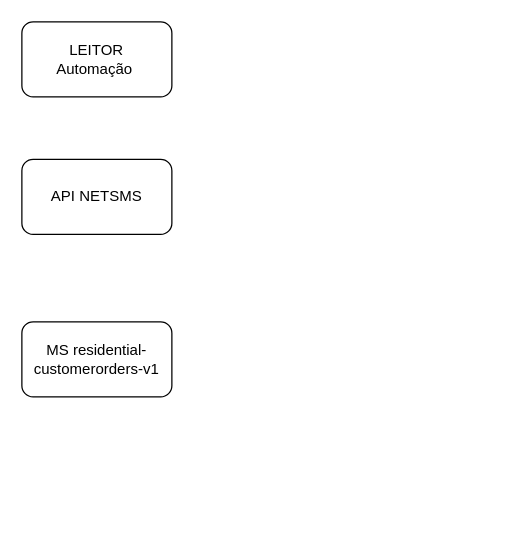
The draw.io diagram 125950 BKO Auditoria Retenção - microsserviços NetSMS.drawio in samirali/ClaroBrasil, before the edit. Source tidied: cells renumbered, new cells numbered last; positions are measured from the earlier drawing's top-left corner, leaving out a move shared by most shapes. Both pictures are drawn from the tidied source at 125%, with x=0, y=0 at pixel (21, 21).
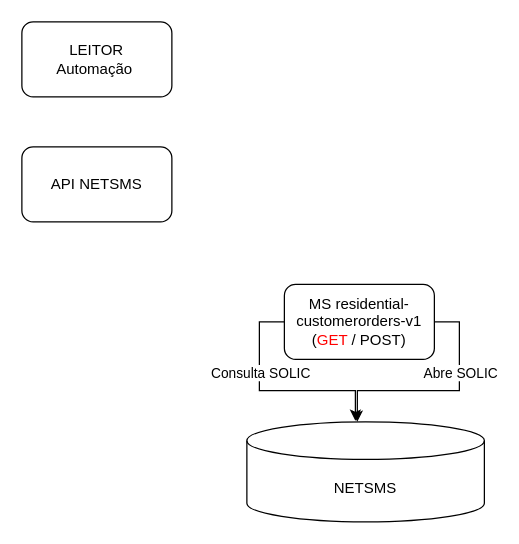
The same diagram, later.

Change to the diagram source:
```diff
@@
 <mxGraphModel>
   <root>
     <mxCell id="0" />
     <mxCell id="1" parent="0" />
     <mxCell id="2" value="LEITOR&lt;div&gt;Automação&amp;nbsp;&lt;/div&gt;" style="rounded=1;whiteSpace=wrap;html=1;" parent="1" vertex="1">
       <mxGeometry width="120" height="60" as="geometry" />
     </mxCell>
     <mxCell id="3" value="API NETSMS" style="rounded=1;whiteSpace=wrap;html=1;" parent="1" vertex="1">
-      <mxGeometry y="110" width="120" height="60" as="geometry" />
+      <mxGeometry y="100" width="120" height="60" as="geometry" />
     </mxCell>
-    <mxCell id="4" value="MS&amp;nbsp;&lt;span&gt;residential-customerorders-v1&lt;/span&gt;" style="rounded=1;whiteSpace=wrap;html=1;" parent="1" vertex="1">
-      <mxGeometry y="240" width="120" height="60" as="geometry" />
+    <mxCell id="4" value="MS&amp;nbsp;&lt;span&gt;residential-customerorders-v1 (&lt;font style=&quot;color: rgb(255, 0, 0);&quot;&gt;GET&lt;/font&gt; / POST)&lt;/span&gt;" style="rounded=1;whiteSpace=wrap;html=1;" parent="1" vertex="1">
+      <mxGeometry x="210" y="210" width="120" height="60" as="geometry" />
     </mxCell>
+    <mxCell id="5" value="NETSMS" style="shape=cylinder3;whiteSpace=wrap;html=1;boundedLbl=1;backgroundOutline=1;size=15;" parent="1" vertex="1">
+      <mxGeometry x="180" y="320" width="190" height="80" as="geometry" />
+    </mxCell>
+    <mxCell id="6" style="edgeStyle=orthogonalEdgeStyle;rounded=0;jettySize=auto;html=1;entryX=0.457;entryY=-0.01;entryDx=0;entryDy=0;entryPerimeter=0;exitX=0;exitY=0.5;exitDx=0;exitDy=0;" parent="1" edge="1" source="4" target="5">
+      <mxGeometry relative="1" as="geometry" />
+    </mxCell>
+    <mxCell id="7" value="Consulta SOLIC" style="edgeLabel;html=1;align=center;verticalAlign=middle;" parent="6" vertex="1">
+      <mxGeometry x="-0.47" relative="1" as="geometry">
+        <mxPoint y="13" as="offset" />
+      </mxGeometry>
+    </mxCell>
+    <mxCell id="8" style="edgeStyle=orthogonalEdgeStyle;rounded=0;jettySize=auto;html=1;entryX=0.465;entryY=0;entryDx=0;entryDy=0;entryPerimeter=0;exitX=1;exitY=0.5;exitDx=0;exitDy=0;" parent="1" edge="1" source="4" target="5">
+      <mxGeometry relative="1" as="geometry" />
+    </mxCell>
+    <mxCell id="9" value="Abre SOLIC" style="edgeLabel;html=1;align=center;verticalAlign=middle;" parent="8" vertex="1">
+      <mxGeometry x="0.27" y="-1" relative="1" as="geometry">
+        <mxPoint x="40" y="-14" as="offset" />
+      </mxGeometry>
+    </mxCell>
   </root>
 </mxGraphModel>
```
